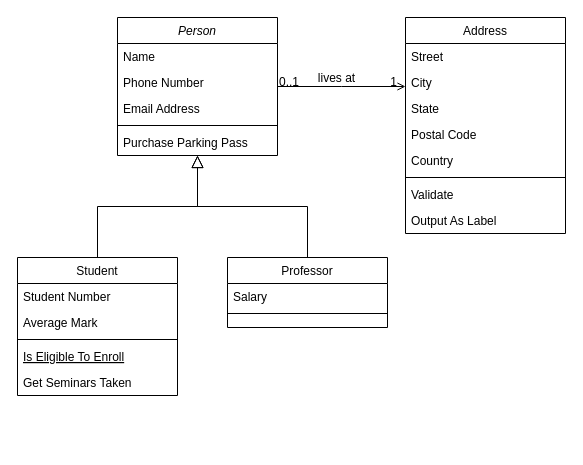
This is Untitled Diagram.drawio from andersonsilva8609/andersonsilva8609, a draw.io file, before an edit. Source tidied: cells renumbered, new cells numbered last; positions are measured from the earlier drawing's top-left corner, leaving out a move shared by most shapes. Both pictures are drawn from the tidied source at 100%, with x=0, y=0 at pixel (17, 17).
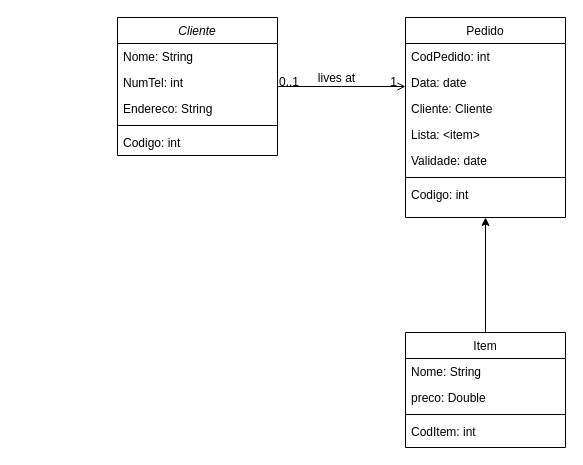
The same page after the edit.

What changed in the source:
```diff
@@
-    <mxCell id="2" value="Person" style="swimlane;fontStyle=2;align=center;verticalAlign=top;horizontal=1;startSize=26;rounded=0;shadow=0;strokeWidth=1;" parent="1" vertex="1">
+    <mxCell id="2" value="Cliente" style="swimlane;fontStyle=2;align=center;verticalAlign=top;horizontal=1;startSize=26;rounded=0;shadow=0;strokeWidth=1;" parent="1" vertex="1">
       <mxGeometry x="100" width="160" height="138" as="geometry" />
     </mxCell>
-    <mxCell id="3" value="Name" style="text;align=left;verticalAlign=top;spacingLeft=4;spacingRight=4;overflow=hidden;" parent="2" vertex="1">
+    <mxCell id="3" value="Nome: String" style="text;align=left;verticalAlign=top;spacingLeft=4;spacingRight=4;overflow=hidden;" parent="2" vertex="1">
       <mxGeometry y="26" width="160" height="26" as="geometry" />
     </mxCell>
-    <mxCell id="4" value="Phone Number" style="text;align=left;verticalAlign=top;spacingLeft=4;spacingRight=4;overflow=hidden;rounded=0;shadow=0;html=0;" parent="2" vertex="1">
+    <mxCell id="4" value="NumTel: int" style="text;align=left;verticalAlign=top;spacingLeft=4;spacingRight=4;overflow=hidden;rounded=0;shadow=0;html=0;" parent="2" vertex="1">
       <mxGeometry y="52" width="160" height="26" as="geometry" />
     </mxCell>
-    <mxCell id="5" value="Email Address" style="text;align=left;verticalAlign=top;spacingLeft=4;spacingRight=4;overflow=hidden;rounded=0;shadow=0;html=0;" parent="2" vertex="1">
+    <mxCell id="5" value="Endereco: String" style="text;align=left;verticalAlign=top;spacingLeft=4;spacingRight=4;overflow=hidden;rounded=0;shadow=0;html=0;" parent="2" vertex="1">
       <mxGeometry y="78" width="160" height="26" as="geometry" />
     </mxCell>
@@
-    <mxCell id="7" value="Purchase Parking Pass" style="text;align=left;verticalAlign=top;spacingLeft=4;spacingRight=4;overflow=hidden;" parent="2" vertex="1">
+    <mxCell id="7" value="Codigo: int" style="text;align=left;verticalAlign=top;spacingLeft=4;spacingRight=4;overflow=hidden;" parent="2" vertex="1">
       <mxGeometry y="112" width="160" height="26" as="geometry" />
     </mxCell>
+    <mxCell id="32" style="edgeStyle=orthogonalEdgeStyle;rounded=0;jettySize=auto;html=1;entryX=0.5;entryY=1;entryDx=0;entryDy=0;" parent="1" edge="1" source="8" target="19">
+      <mxGeometry relative="1" as="geometry" />
+    </mxCell>
-    <mxCell id="8" value="Student" style="swimlane;fontStyle=0;align=center;verticalAlign=top;horizontal=1;startSize=26;rounded=0;shadow=0;strokeWidth=1;" parent="1" vertex="1">
-      <mxGeometry y="240" width="160" height="138" as="geometry" />
+    <mxCell id="8" value="Item" style="swimlane;fontStyle=0;align=center;verticalAlign=top;horizontal=1;startSize=26;rounded=0;shadow=0;strokeWidth=1;" parent="1" vertex="1">
+      <mxGeometry x="388" y="315" width="160" height="115" as="geometry" />
     </mxCell>
-    <mxCell id="9" value="Student Number" style="text;align=left;verticalAlign=top;spacingLeft=4;spacingRight=4;overflow=hidden;" parent="8" vertex="1">
+    <mxCell id="9" value="Nome: String" style="text;align=left;verticalAlign=top;spacingLeft=4;spacingRight=4;overflow=hidden;" parent="8" vertex="1">
       <mxGeometry y="26" width="160" height="26" as="geometry" />
     </mxCell>
-    <mxCell id="10" value="Average Mark" style="text;align=left;verticalAlign=top;spacingLeft=4;spacingRight=4;overflow=hidden;rounded=0;shadow=0;html=0;" parent="8" vertex="1">
+    <mxCell id="10" value="preco: Double" style="text;align=left;verticalAlign=top;spacingLeft=4;spacingRight=4;overflow=hidden;rounded=0;shadow=0;html=0;" parent="8" vertex="1">
       <mxGeometry y="52" width="160" height="26" as="geometry" />
     </mxCell>
@@
-    <mxCell id="12" value="Is Eligible To Enroll" style="text;align=left;verticalAlign=top;spacingLeft=4;spacingRight=4;overflow=hidden;fontStyle=4;" parent="8" vertex="1">
-      <mxGeometry y="86" width="160" height="26" as="geometry" />
-    </mxCell>
-    <mxCell id="13" value="Get Seminars Taken" style="text;align=left;verticalAlign=top;spacingLeft=4;spacingRight=4;overflow=hidden;" parent="8" vertex="1">
-      <mxGeometry y="112" width="160" height="26" as="geometry" />
+    <mxCell id="13" value="CodItem: int" style="text;align=left;verticalAlign=top;spacingLeft=4;spacingRight=4;overflow=hidden;" parent="8" vertex="1">
+      <mxGeometry y="86" width="160" height="26" as="geometry" />
     </mxCell>
-    <mxCell id="14" style="endArrow=block;endSize=10;endFill=0;shadow=0;strokeWidth=1;rounded=0;edgeStyle=elbowEdgeStyle;elbow=vertical;" parent="1" edge="1" source="8" target="2">
-      <mxGeometry relative="1" as="geometry" />
-    </mxCell>
-    <mxCell id="15" value="Professor" style="swimlane;fontStyle=0;align=center;verticalAlign=top;horizontal=1;startSize=26;rounded=0;shadow=0;strokeWidth=1;" parent="1" vertex="1">
-      <mxGeometry x="210" y="240" width="160" height="70" as="geometry" />
-    </mxCell>
-    <mxCell id="16" value="Salary" style="text;align=left;verticalAlign=top;spacingLeft=4;spacingRight=4;overflow=hidden;" parent="15" vertex="1">
-      <mxGeometry y="26" width="160" height="26" as="geometry" />
-    </mxCell>
-    <mxCell id="17" style="line;html=1;strokeWidth=1;align=left;verticalAlign=middle;spacingTop=-1;spacingLeft=3;spacingRight=3;labelPosition=right;" parent="15" vertex="1">
-      <mxGeometry y="52" width="160" height="8" as="geometry" />
-    </mxCell>
-    <mxCell id="18" style="endArrow=block;endSize=10;endFill=0;shadow=0;strokeWidth=1;rounded=0;edgeStyle=elbowEdgeStyle;elbow=vertical;" parent="1" edge="1" source="15" target="2">
-      <mxGeometry relative="1" as="geometry" />
-    </mxCell>
-    <mxCell id="19" value="Address" style="swimlane;fontStyle=0;align=center;verticalAlign=top;horizontal=1;startSize=26;rounded=0;shadow=0;strokeWidth=1;" parent="1" vertex="1">
-      <mxGeometry x="388" width="160" height="216" as="geometry" />
+    <mxCell id="19" value="Pedido" style="swimlane;fontStyle=0;align=center;verticalAlign=top;horizontal=1;startSize=26;rounded=0;shadow=0;strokeWidth=1;" parent="1" vertex="1">
+      <mxGeometry x="388" width="160" height="200" as="geometry" />
     </mxCell>
-    <mxCell id="20" value="Street" style="text;align=left;verticalAlign=top;spacingLeft=4;spacingRight=4;overflow=hidden;" parent="19" vertex="1">
+    <mxCell id="20" value="CodPedido: int" style="text;align=left;verticalAlign=top;spacingLeft=4;spacingRight=4;overflow=hidden;" parent="19" vertex="1">
       <mxGeometry y="26" width="160" height="26" as="geometry" />
     </mxCell>
-    <mxCell id="21" value="City" style="text;align=left;verticalAlign=top;spacingLeft=4;spacingRight=4;overflow=hidden;rounded=0;shadow=0;html=0;" parent="19" vertex="1">
+    <mxCell id="21" value="Data: date" style="text;align=left;verticalAlign=top;spacingLeft=4;spacingRight=4;overflow=hidden;rounded=0;shadow=0;html=0;" parent="19" vertex="1">
       <mxGeometry y="52" width="160" height="26" as="geometry" />
     </mxCell>
-    <mxCell id="22" value="State" style="text;align=left;verticalAlign=top;spacingLeft=4;spacingRight=4;overflow=hidden;rounded=0;shadow=0;html=0;" parent="19" vertex="1">
+    <mxCell id="22" value="Cliente: Cliente" style="text;align=left;verticalAlign=top;spacingLeft=4;spacingRight=4;overflow=hidden;rounded=0;shadow=0;html=0;" parent="19" vertex="1">
       <mxGeometry y="78" width="160" height="26" as="geometry" />
     </mxCell>
-    <mxCell id="23" value="Postal Code" style="text;align=left;verticalAlign=top;spacingLeft=4;spacingRight=4;overflow=hidden;rounded=0;shadow=0;html=0;" parent="19" vertex="1">
+    <mxCell id="23" value="Lista: &lt;item&gt;" style="text;align=left;verticalAlign=top;spacingLeft=4;spacingRight=4;overflow=hidden;rounded=0;shadow=0;html=0;" parent="19" vertex="1">
       <mxGeometry y="104" width="160" height="26" as="geometry" />
     </mxCell>
-    <mxCell id="24" value="Country" style="text;align=left;verticalAlign=top;spacingLeft=4;spacingRight=4;overflow=hidden;rounded=0;shadow=0;html=0;" parent="19" vertex="1">
+    <mxCell id="24" value="Validade: date" style="text;align=left;verticalAlign=top;spacingLeft=4;spacingRight=4;overflow=hidden;rounded=0;shadow=0;html=0;" parent="19" vertex="1">
       <mxGeometry y="130" width="160" height="26" as="geometry" />
     </mxCell>
@@
-    <mxCell id="26" value="Validate" style="text;align=left;verticalAlign=top;spacingLeft=4;spacingRight=4;overflow=hidden;" parent="19" vertex="1">
+    <mxCell id="26" value="Codigo: int" style="text;align=left;verticalAlign=top;spacingLeft=4;spacingRight=4;overflow=hidden;" parent="19" vertex="1">
       <mxGeometry y="164" width="160" height="26" as="geometry" />
     </mxCell>
-    <mxCell id="27" value="Output As Label" style="text;align=left;verticalAlign=top;spacingLeft=4;spacingRight=4;overflow=hidden;" parent="19" vertex="1">
-      <mxGeometry y="190" width="160" height="26" as="geometry" />
-    </mxCell>
```
